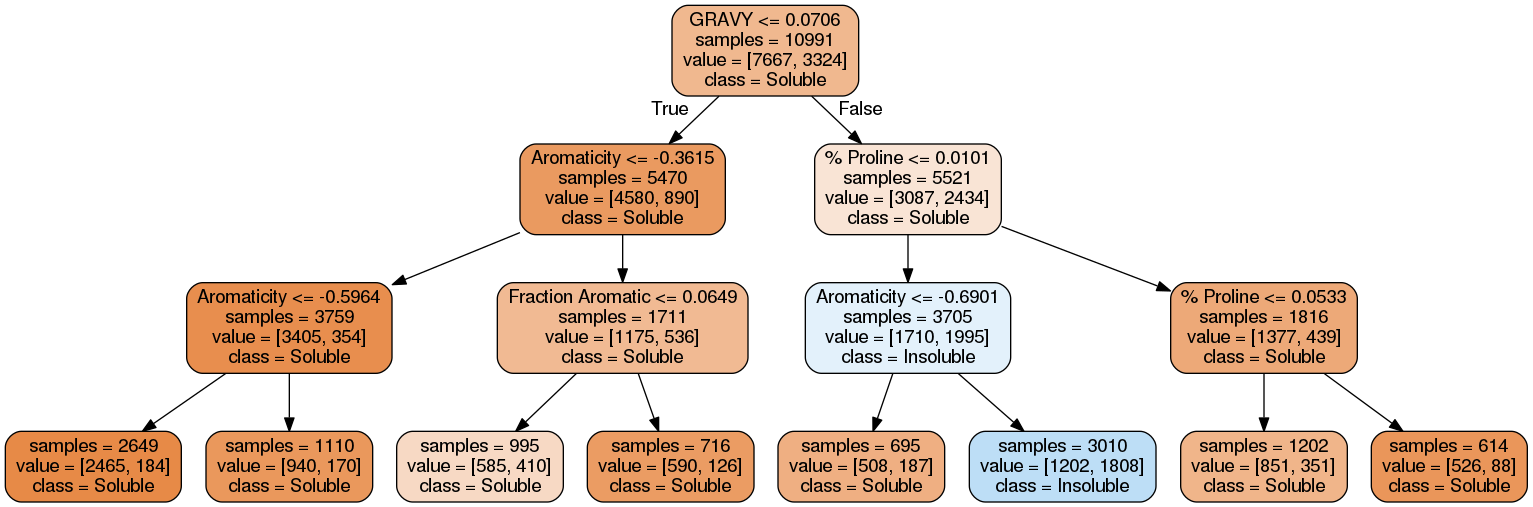
This is solubility/solubility_tree.png from SBRG/Protein_ML, a Graphviz export, as it was before one commit. Its source is kept beside it as solubility/solubility_tree.dot.
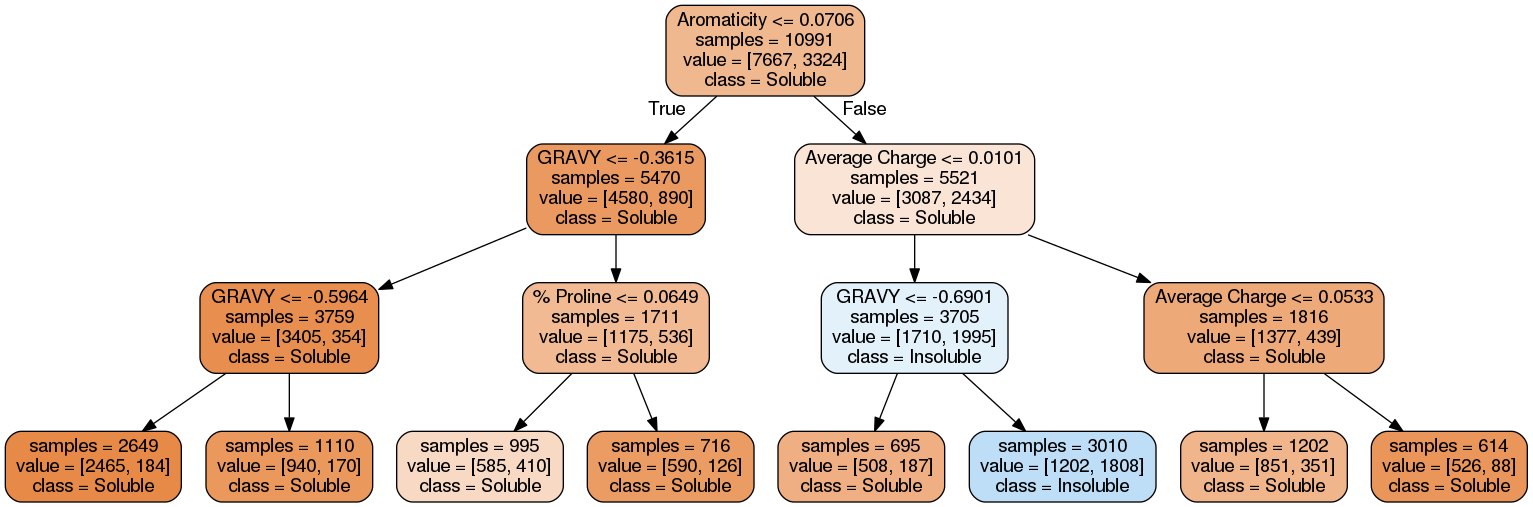
The same file after the commit.

Change to the diagram source:
```diff
@@ -2,30 +2,30 @@
 node [shape=box, style="filled, rounded", color="black", fontname=helvetica] ;
 graph [ranksep=equally, splines=polyline] ;
 edge [fontname=helvetica] ;
-0 [label="GRAVY <= 0.0706\nsamples = 10991\nvalue = [7667, 3324]\nclass = Soluble", fillcolor="#e5813990"] ;
-1 [label="Aromaticity <= -0.3615\nsamples = 5470\nvalue = [4580, 890]\nclass = Soluble", fillcolor="#e58139cd"] ;
+0 [label="Aromaticity <= 0.0706\nsamples = 10991\nvalue = [7667, 3324]\nclass = Soluble", fillcolor="#e5813990"] ;
+1 [label="GRAVY <= -0.3615\nsamples = 5470\nvalue = [4580, 890]\nclass = Soluble", fillcolor="#e58139cd"] ;
 0 -> 1 [labeldistance=2.5, labelangle=45, headlabel="True"] ;
-2 [label="Aromaticity <= -0.5964\nsamples = 3759\nvalue = [3405, 354]\nclass = Soluble", fillcolor="#e58139e4"] ;
+2 [label="GRAVY <= -0.5964\nsamples = 3759\nvalue = [3405, 354]\nclass = Soluble", fillcolor="#e58139e4"] ;
 1 -> 2 ;
 3 [label="samples = 2649\nvalue = [2465, 184]\nclass = Soluble", fillcolor="#e58139ec"] ;
 2 -> 3 ;
 4 [label="samples = 1110\nvalue = [940, 170]\nclass = Soluble", fillcolor="#e58139d1"] ;
 2 -> 4 ;
-5 [label="Fraction Aromatic <= 0.0649\nsamples = 1711\nvalue = [1175, 536]\nclass = Soluble", fillcolor="#e581398b"] ;
+5 [label="% Proline <= 0.0649\nsamples = 1711\nvalue = [1175, 536]\nclass = Soluble", fillcolor="#e581398b"] ;
 1 -> 5 ;
 6 [label="samples = 995\nvalue = [585, 410]\nclass = Soluble", fillcolor="#e581394c"] ;
 5 -> 6 ;
 7 [label="samples = 716\nvalue = [590, 126]\nclass = Soluble", fillcolor="#e58139c9"] ;
 5 -> 7 ;
-8 [label="% Proline <= 0.0101\nsamples = 5521\nvalue = [3087, 2434]\nclass = Soluble", fillcolor="#e5813936"] ;
+8 [label="Average Charge <= 0.0101\nsamples = 5521\nvalue = [3087, 2434]\nclass = Soluble", fillcolor="#e5813936"] ;
 0 -> 8 [labeldistance=2.5, labelangle=-45, headlabel="False"] ;
-9 [label="Aromaticity <= -0.6901\nsamples = 3705\nvalue = [1710, 1995]\nclass = Insoluble", fillcolor="#399de524"] ;
+9 [label="GRAVY <= -0.6901\nsamples = 3705\nvalue = [1710, 1995]\nclass = Insoluble", fillcolor="#399de524"] ;
 8 -> 9 ;
 10 [label="samples = 695\nvalue = [508, 187]\nclass = Soluble", fillcolor="#e58139a1"] ;
 9 -> 10 ;
 11 [label="samples = 3010\nvalue = [1202, 1808]\nclass = Insoluble", fillcolor="#399de555"] ;
 9 -> 11 ;
-12 [label="% Proline <= 0.0533\nsamples = 1816\nvalue = [1377, 439]\nclass = Soluble", fillcolor="#e58139ae"] ;
+12 [label="Average Charge <= 0.0533\nsamples = 1816\nvalue = [1377, 439]\nclass = Soluble", fillcolor="#e58139ae"] ;
 8 -> 12 ;
 13 [label="samples = 1202\nvalue = [851, 351]\nclass = Soluble", fillcolor="#e5813996"] ;
 12 -> 13 ;
```
